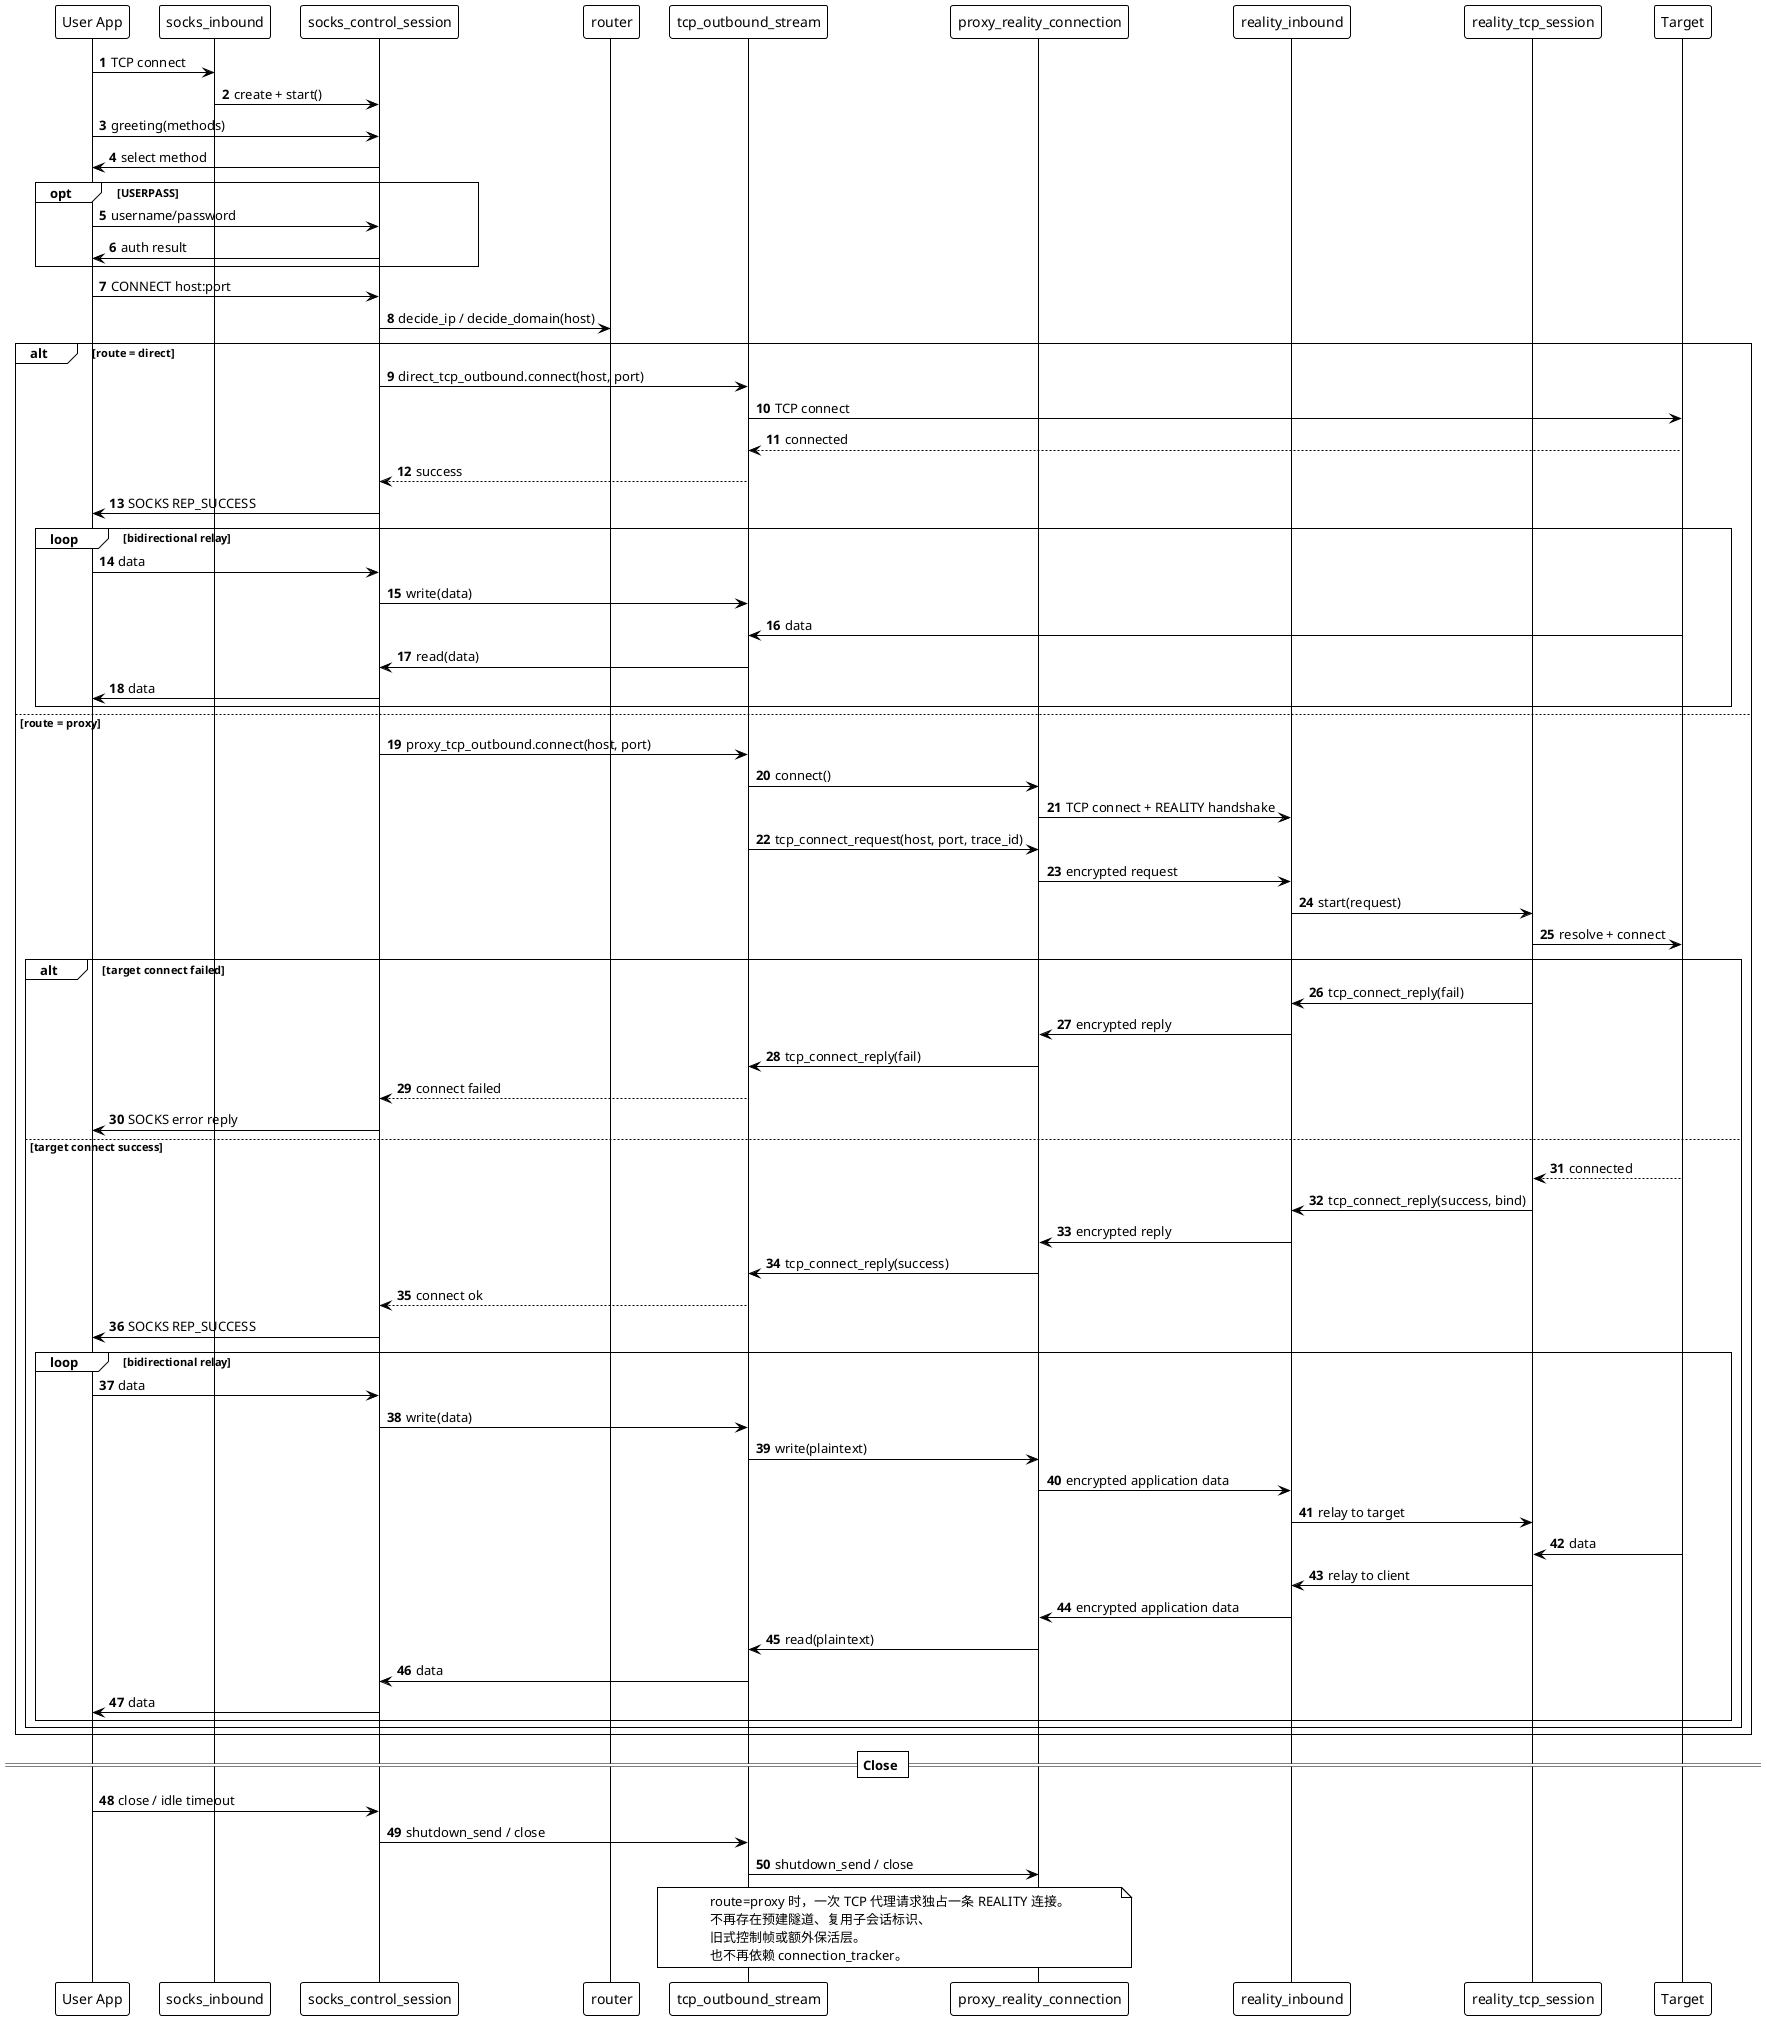
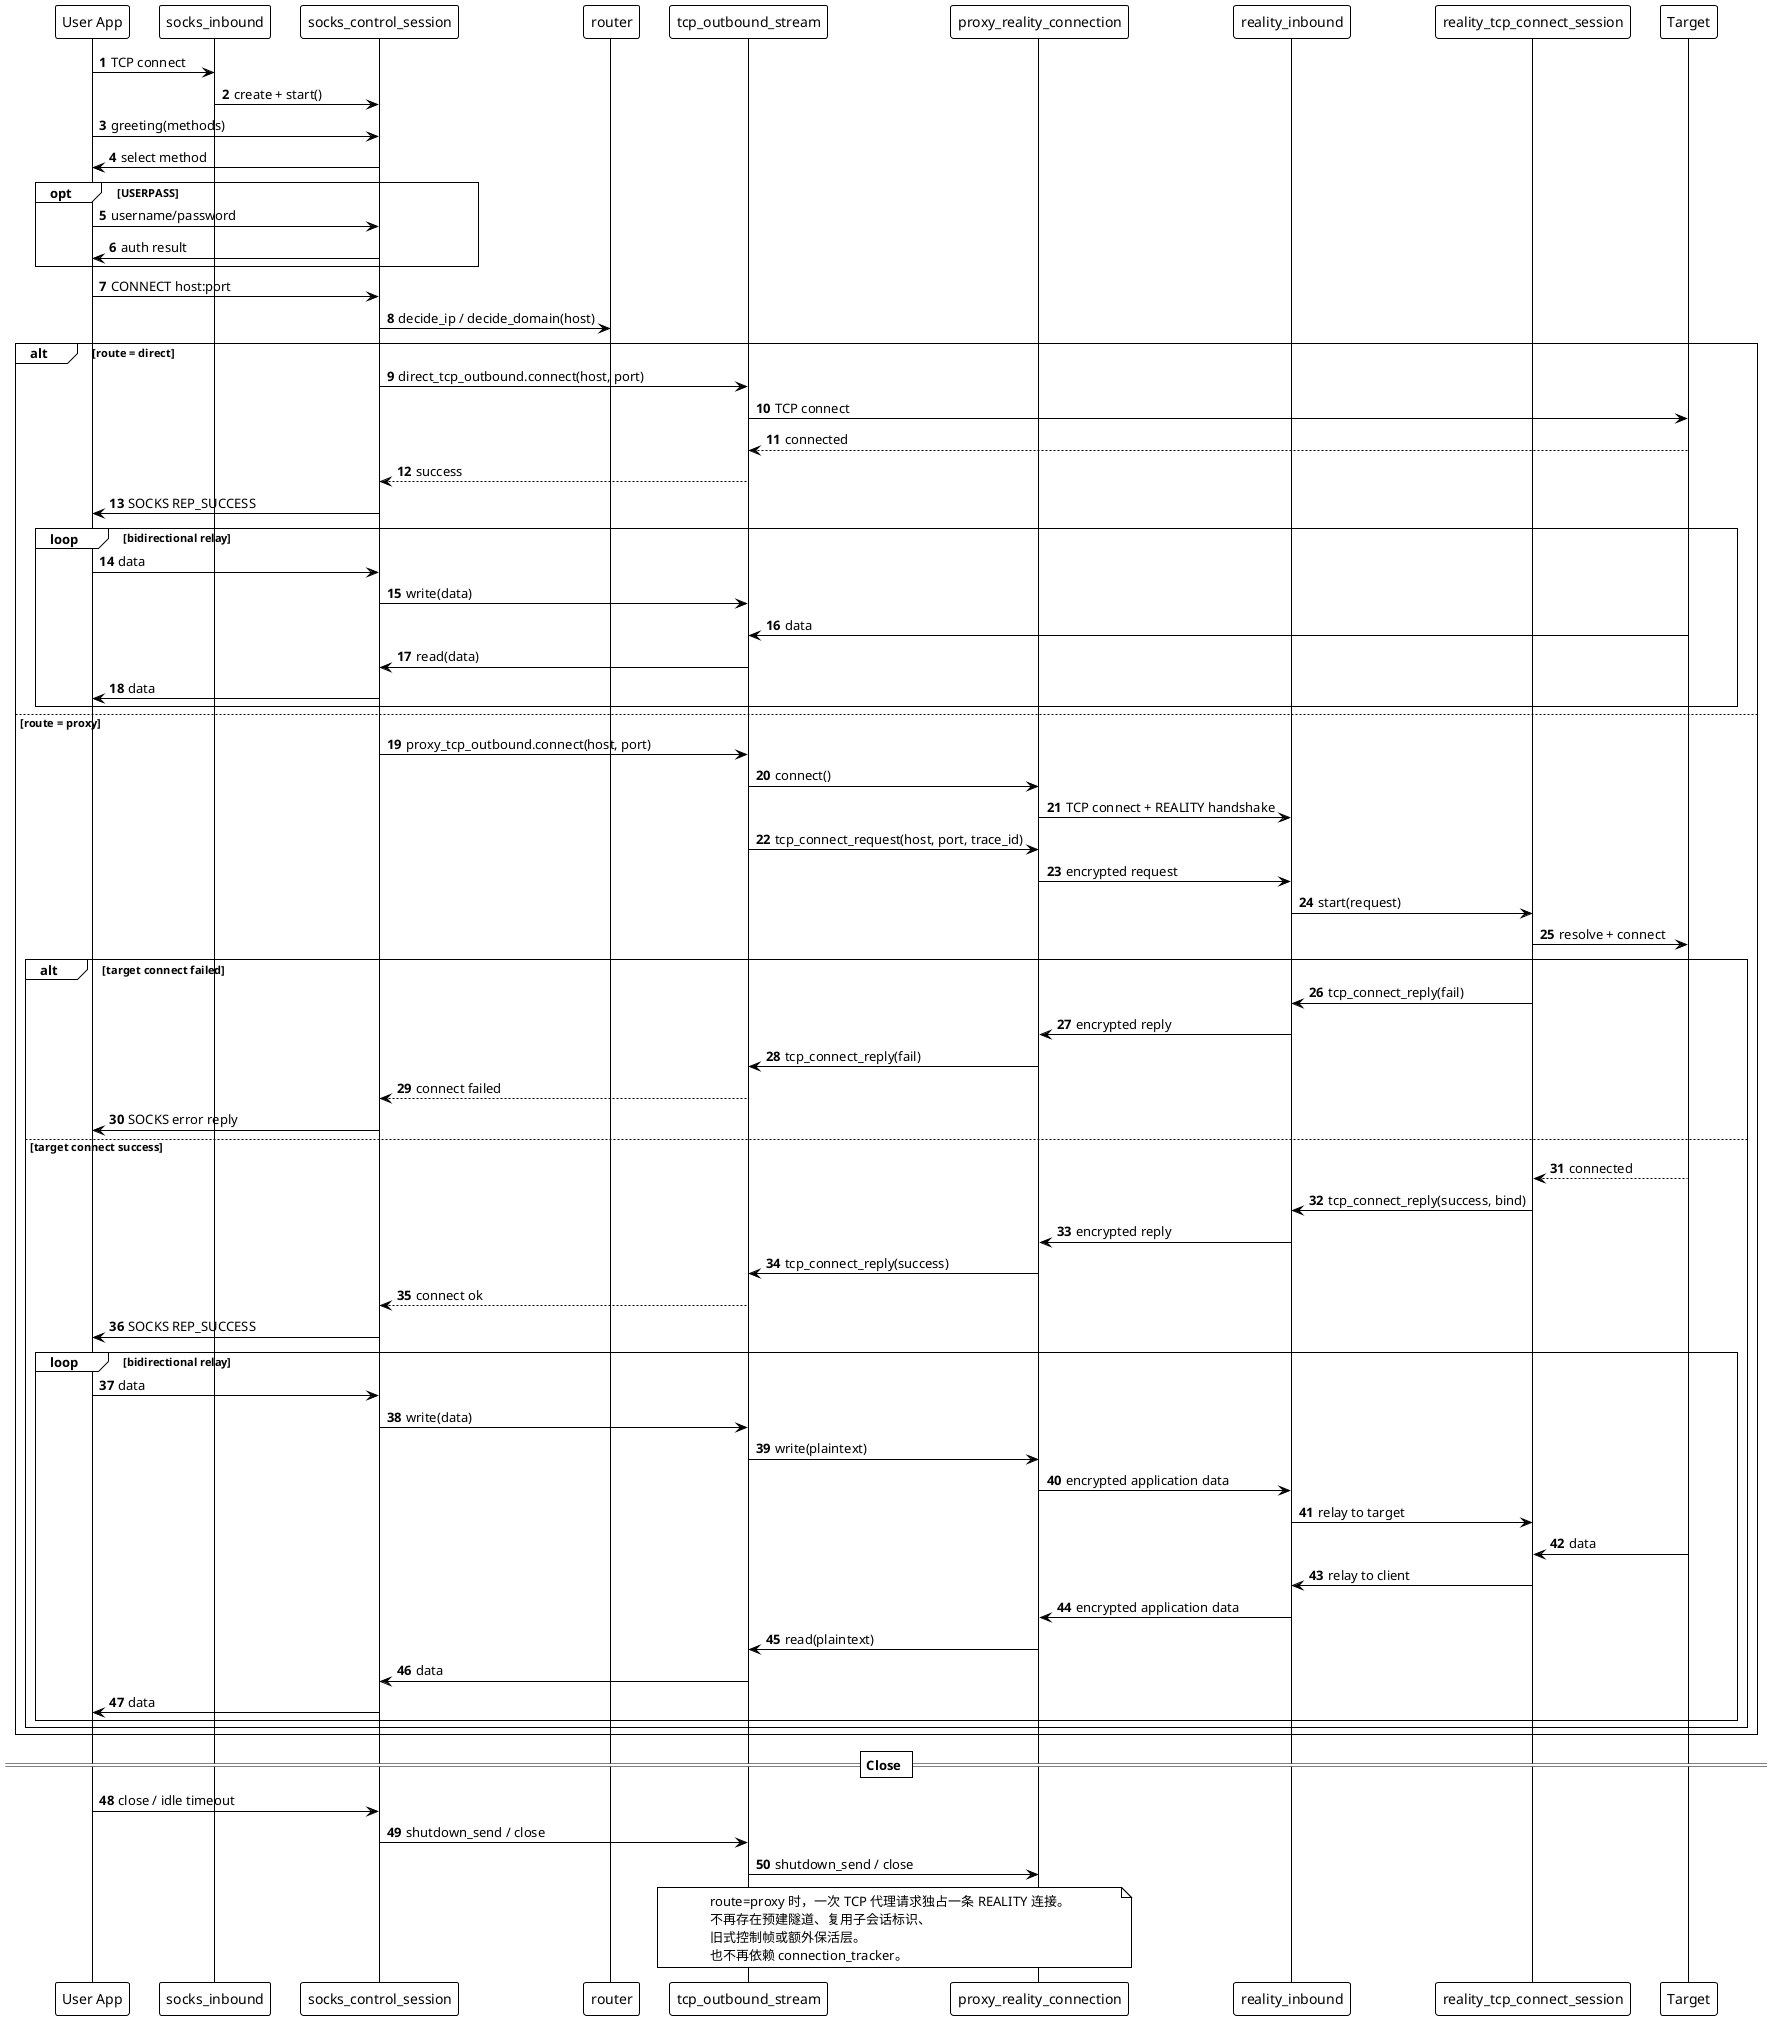
@startuml
!theme plain
autonumber

participant "User App" as App
participant "socks_inbound" as SocksClient
participant "socks_control_session" as SocksSession
participant "router" as Router
participant "tcp_outbound_stream" as Upstream
participant "proxy_reality_connection" as ProxyConn
participant "reality_inbound" as RemoteServer
- participant "reality_tcp_session" as RemoteTcp
+ participant "reality_tcp_connect_session" as RemoteTcp
participant "Target" as Target

App -> SocksClient: TCP connect
SocksClient -> SocksSession: create + start()
App -> SocksSession: greeting(methods)
SocksSession -> App: select method
opt USERPASS
  App -> SocksSession: username/password
  SocksSession -> App: auth result
end

App -> SocksSession: CONNECT host:port
SocksSession -> Router: decide_ip / decide_domain(host)

alt route = direct
  SocksSession -> Upstream: direct_tcp_outbound.connect(host, port)
  Upstream -> Target: TCP connect
  Target --> Upstream: connected
  Upstream --> SocksSession: success
  SocksSession -> App: SOCKS REP_SUCCESS
  loop bidirectional relay
    App -> SocksSession: data
    SocksSession -> Upstream: write(data)
    Target -> Upstream: data
    Upstream -> SocksSession: read(data)
    SocksSession -> App: data
  end
else route = proxy
  SocksSession -> Upstream: proxy_tcp_outbound.connect(host, port)
  Upstream -> ProxyConn: connect()
  ProxyConn -> RemoteServer: TCP connect + REALITY handshake

  Upstream -> ProxyConn: tcp_connect_request(host, port, trace_id)
  ProxyConn -> RemoteServer: encrypted request
  RemoteServer -> RemoteTcp: start(request)
  RemoteTcp -> Target: resolve + connect

  alt target connect failed
    RemoteTcp -> RemoteServer: tcp_connect_reply(fail)
    RemoteServer -> ProxyConn: encrypted reply
    ProxyConn -> Upstream: tcp_connect_reply(fail)
    Upstream --> SocksSession: connect failed
    SocksSession -> App: SOCKS error reply
  else target connect success
    Target --> RemoteTcp: connected
    RemoteTcp -> RemoteServer: tcp_connect_reply(success, bind)
    RemoteServer -> ProxyConn: encrypted reply
    ProxyConn -> Upstream: tcp_connect_reply(success)
    Upstream --> SocksSession: connect ok
    SocksSession -> App: SOCKS REP_SUCCESS

    loop bidirectional relay
      App -> SocksSession: data
      SocksSession -> Upstream: write(data)
      Upstream -> ProxyConn: write(plaintext)
      ProxyConn -> RemoteServer: encrypted application data
      RemoteServer -> RemoteTcp: relay to target

      Target -> RemoteTcp: data
      RemoteTcp -> RemoteServer: relay to client
      RemoteServer -> ProxyConn: encrypted application data
      ProxyConn -> Upstream: read(plaintext)
      Upstream -> SocksSession: data
      SocksSession -> App: data
    end
  end
end

== Close ==
App -> SocksSession: close / idle timeout
SocksSession -> Upstream: shutdown_send / close
Upstream -> ProxyConn: shutdown_send / close

note over Upstream, ProxyConn
  route=proxy 时，一次 TCP 代理请求独占一条 REALITY 连接。
  不再存在预建隧道、复用子会话标识、
  旧式控制帧或额外保活层。
  也不再依赖 connection_tracker。
end note

@enduml
